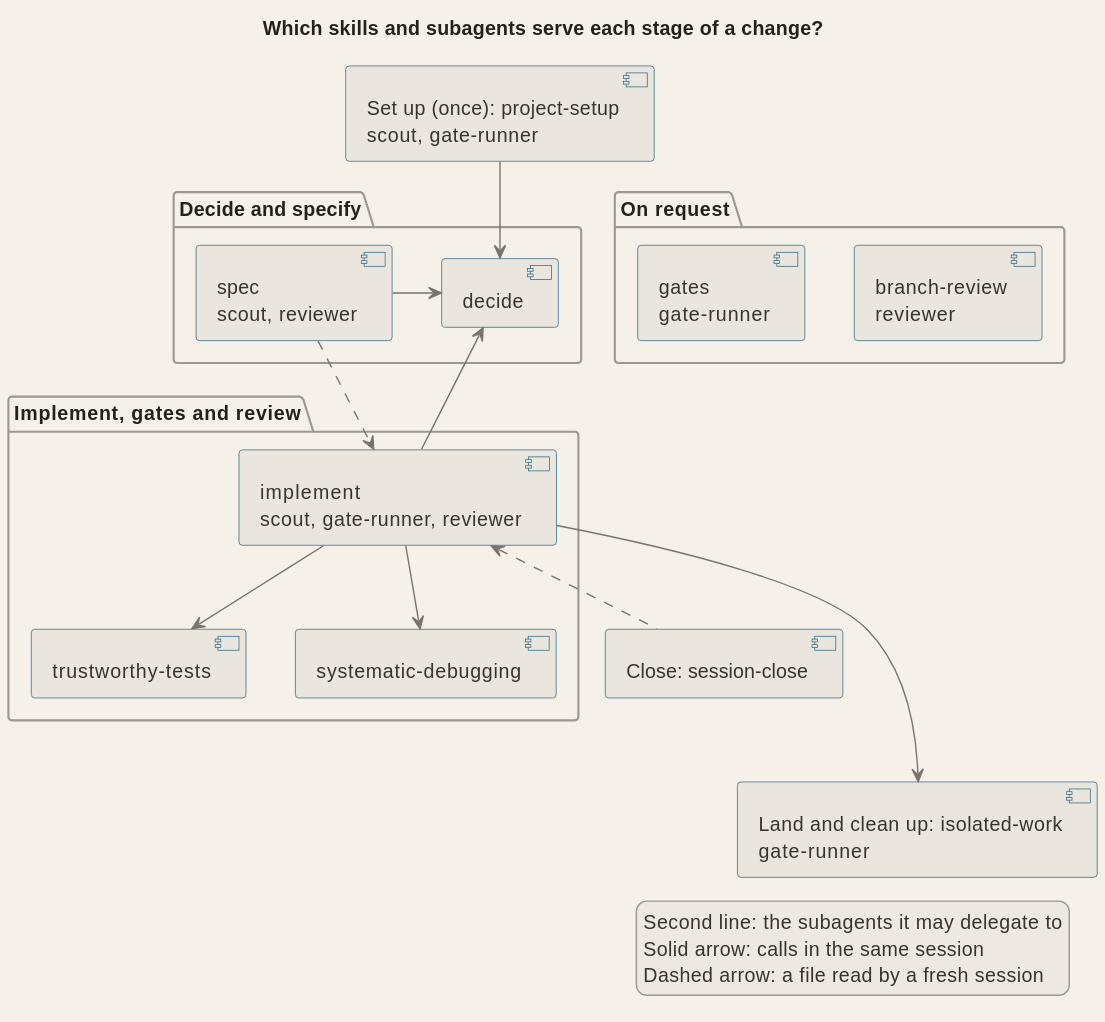
Earlier version of the PlantUML export docs/diagrams/arch_skills_workflow.svg (signorenne/dotagents).
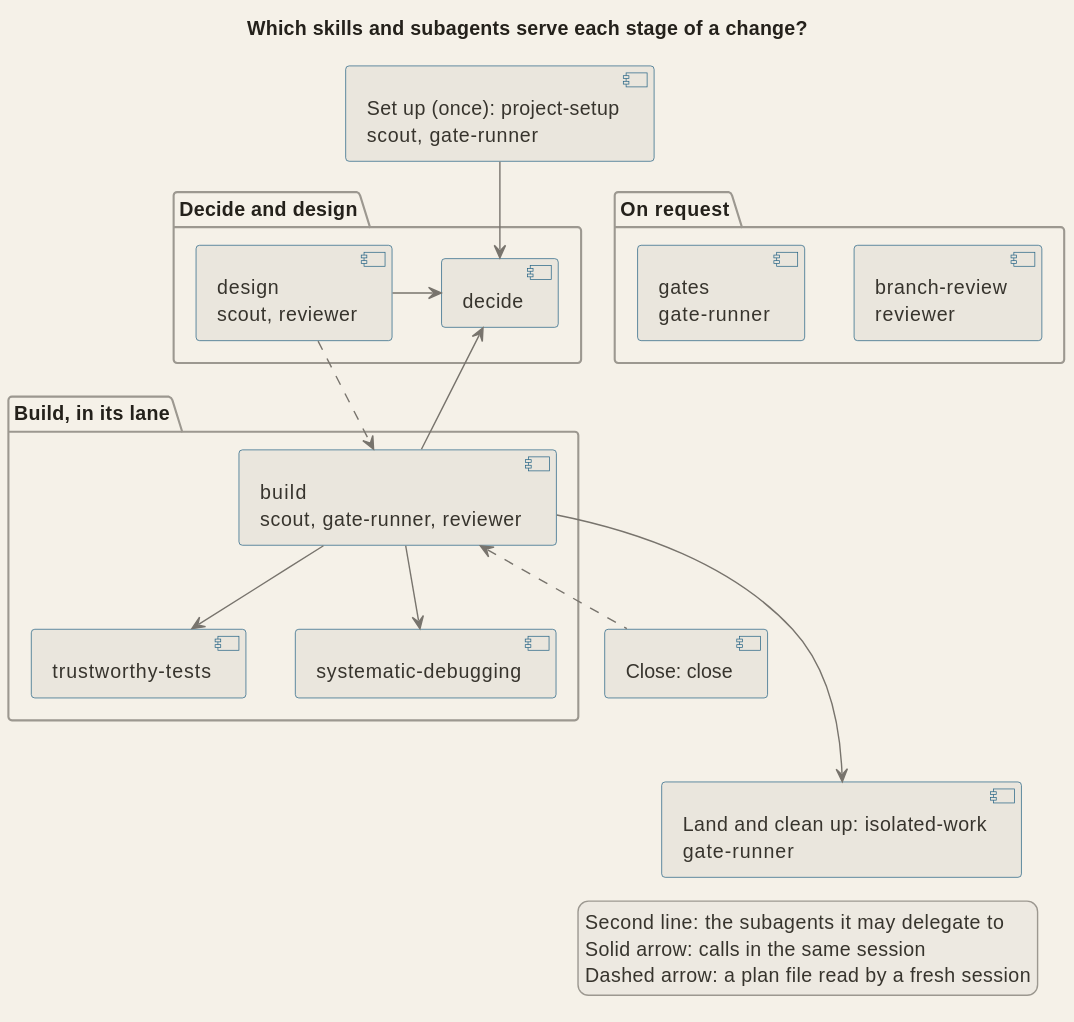
The same diagram one commit later.

Change to the diagram source:
```diff
@@ -3,12 +3,12 @@
 title Which skills and subagents serve each stage of a change?
 
 component "Set up (once): project-setup\nscout, gate-runner" as setup
-package "Decide and specify" {
+package "Decide and design" {
   component "decide" as decide
-  component "spec\nscout, reviewer" as spec
+  component "design\nscout, reviewer" as design
 }
-package "Implement, gates and review" {
-  component "implement\nscout, gate-runner, reviewer" as implement
+package "Build, in its lane" {
+  component "build\nscout, gate-runner, reviewer" as build
   component "trustworthy-tests" as tests
   component "systematic-debugging" as debug
 }
@@ -16,23 +16,23 @@
   component "gates\ngate-runner" as gates
   component "branch-review\nreviewer" as review
 }
-component "Close: session-close" as close
+component "Close: close" as close
 component "Land and clean up: isolated-work\ngate-runner" as isolated
 
 setup --> decide
-spec -right-> decide
-spec ..> implement
-implement -up-> decide
-implement --> tests
-implement --> debug
-close .up.> implement
-implement ---> isolated
-spec -[hidden]right- gates
+design -right-> decide
+design ..> build
+build -up-> decide
+build --> tests
+build --> debug
+close .up.> build
+build ---> isolated
+design -[hidden]right- gates
 gates -[hidden]right- review
 
 legend right
   Second line: the subagents it may delegate to
   Solid arrow: calls in the same session
-  Dashed arrow: a file read by a fresh session
+  Dashed arrow: a plan file read by a fresh session
 endlegend
 @enduml
```
